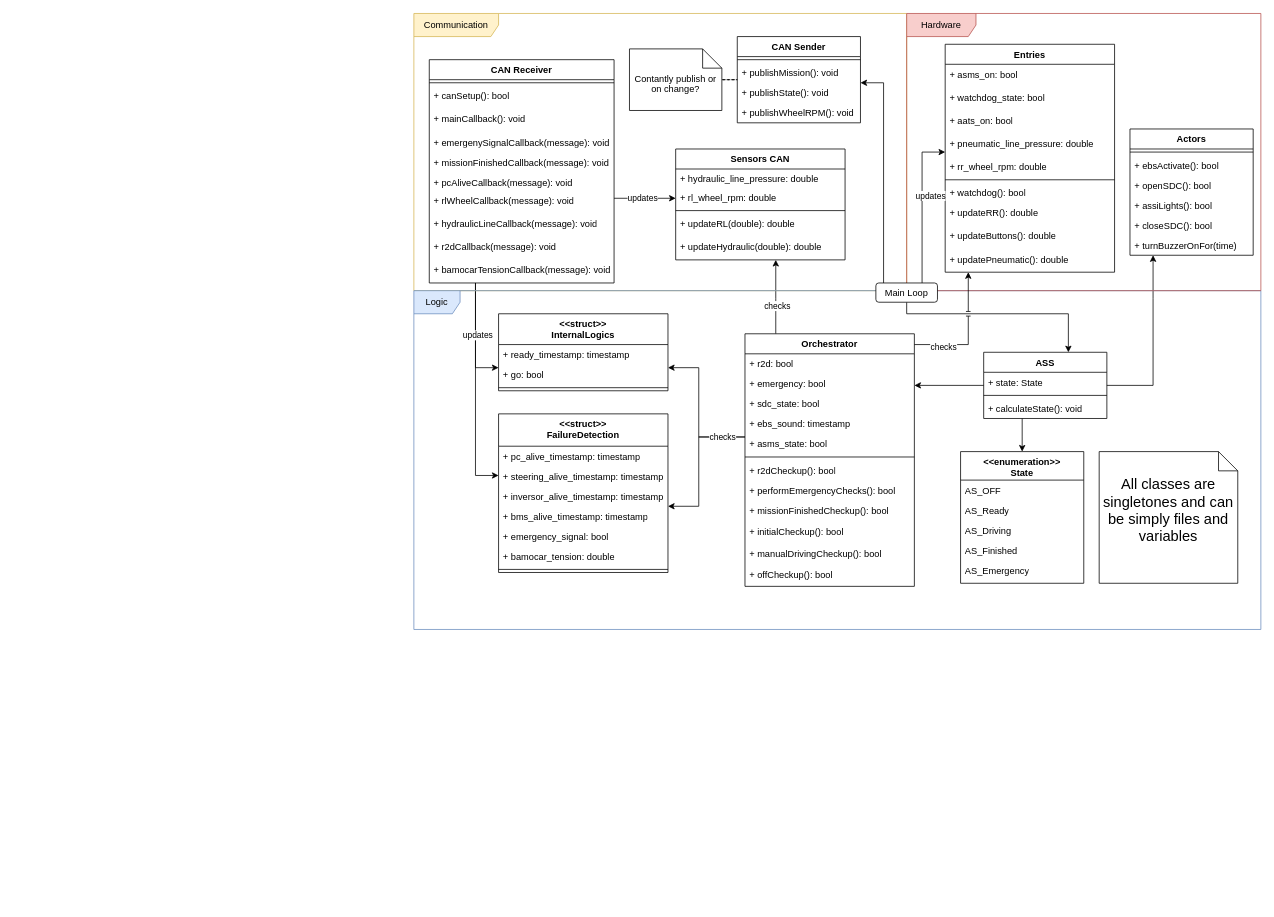
fs-feup/el-sw keeps this draw.io diagram as docs/diagrams/Master/master-class-diagram.drawio. Above is the earlier version. Source tidied: cells renumbered, new cells numbered last; positions are measured from the earlier drawing's top-left corner, leaving out a move shared by most shapes. Both pictures are drawn from the tidied source at 77%, with x=0, y=0 at pixel (413, 13).
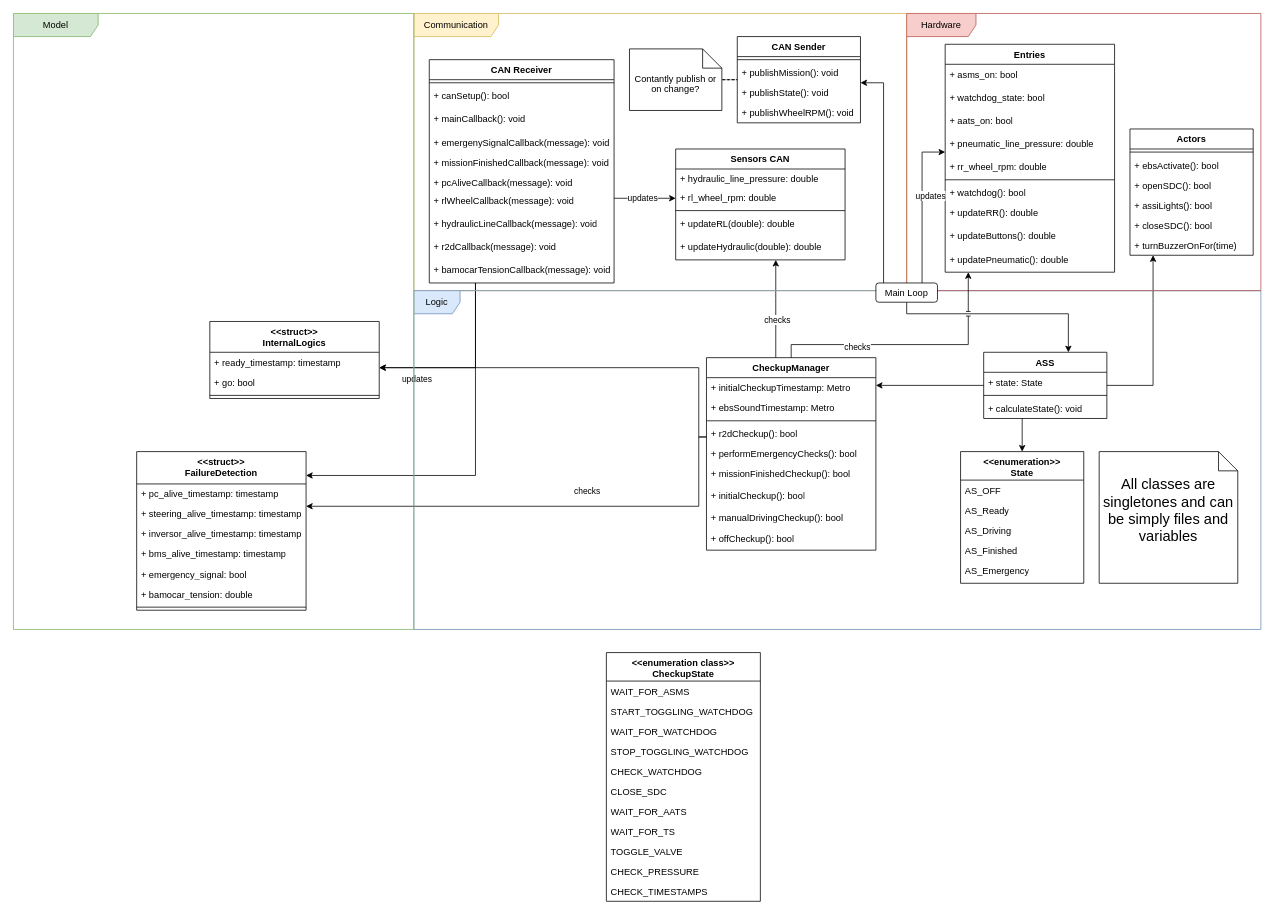
Above is the later version.

Diff of the diagram source:
```diff
@@
-    <mxCell id="35" value="Orchestrator" style="swimlane;fontStyle=1;align=center;verticalAlign=top;horizontal=1;startSize=26;whiteSpace=wrap;html=1;" parent="1" vertex="1">
-      <mxGeometry x="430" y="416" width="220" height="328" as="geometry" />
+    <mxCell id="35" value="CheckupManager" style="swimlane;fontStyle=1;align=center;verticalAlign=top;horizontal=1;startSize=26;whiteSpace=wrap;html=1;" parent="1" vertex="1">
+      <mxGeometry x="380" y="447" width="220" height="250" as="geometry" />
     </mxCell>
-    <mxCell id="36" value="+ r2d: bool" style="text;strokeColor=none;fillColor=none;align=left;verticalAlign=top;spacingLeft=4;spacingRight=4;overflow=hidden;whiteSpace=wrap;html=1;" parent="35" vertex="1">
+    <mxCell id="36" value="+ initialCheckupTimestamp: Metro" style="text;strokeColor=none;fillColor=none;align=left;verticalAlign=top;spacingLeft=4;spacingRight=4;overflow=hidden;whiteSpace=wrap;html=1;" parent="35" vertex="1">
       <mxGeometry y="26" width="220" height="26" as="geometry" />
     </mxCell>
-    <mxCell id="37" value="+ emergency: bool" style="text;strokeColor=none;fillColor=none;align=left;verticalAlign=top;spacingLeft=4;spacingRight=4;overflow=hidden;whiteSpace=wrap;html=1;" parent="35" vertex="1">
-      <mxGeometry y="52" width="220" height="26" as="geometry" />
-    </mxCell>
-    <mxCell id="38" value="+ sdc_state: bool" style="text;strokeColor=none;fillColor=none;align=left;verticalAlign=top;spacingLeft=4;spacingRight=4;overflow=hidden;whiteSpace=wrap;html=1;" parent="35" vertex="1">
-      <mxGeometry y="78" width="220" height="26" as="geometry" />
-    </mxCell>
-    <mxCell id="39" value="+ ebs_sound: timestamp" style="text;strokeColor=none;fillColor=none;align=left;verticalAlign=top;spacingLeft=4;spacingRight=4;overflow=hidden;whiteSpace=wrap;html=1;" parent="35" vertex="1">
-      <mxGeometry y="104" width="220" height="26" as="geometry" />
+    <mxCell id="39" value="+ ebsSoundTimestamp: Metro" style="text;strokeColor=none;fillColor=none;align=left;verticalAlign=top;spacingLeft=4;spacingRight=4;overflow=hidden;whiteSpace=wrap;html=1;" parent="35" vertex="1">
+      <mxGeometry y="52" width="220" height="26" as="geometry" />
     </mxCell>
-    <mxCell id="40" value="+ asms_state: bool" style="text;strokeColor=none;fillColor=none;align=left;verticalAlign=top;spacingLeft=4;spacingRight=4;overflow=hidden;whiteSpace=wrap;html=1;" parent="35" vertex="1">
-      <mxGeometry y="130" width="220" height="26" as="geometry" />
-    </mxCell>
     <mxCell id="41" style="line;strokeWidth=1;fillColor=none;align=left;verticalAlign=middle;spacingTop=-1;spacingLeft=3;spacingRight=3;labelPosition=right;strokeColor=inherit;" parent="35" vertex="1">
-      <mxGeometry y="156" width="220" height="8" as="geometry" />
+      <mxGeometry y="78" width="220" height="8" as="geometry" />
     </mxCell>
     <mxCell id="42" value="+ r2dCheckup(): bool" style="text;strokeColor=none;fillColor=none;align=left;verticalAlign=top;spacingLeft=4;spacingRight=4;overflow=hidden;whiteSpace=wrap;html=1;" parent="35" vertex="1">
-      <mxGeometry y="164" width="220" height="26" as="geometry" />
+      <mxGeometry y="86" width="220" height="26" as="geometry" />
     </mxCell>
     <mxCell id="43" value="+ performEmergencyChecks(): bool" style="text;strokeColor=none;fillColor=none;align=left;verticalAlign=top;spacingLeft=4;spacingRight=4;overflow=hidden;whiteSpace=wrap;html=1;" parent="35" vertex="1">
-      <mxGeometry y="190" width="220" height="26" as="geometry" />
+      <mxGeometry y="112" width="220" height="26" as="geometry" />
     </mxCell>
     <mxCell id="44" value="+ missionFinishedCheckup(): bool" style="text;strokeColor=none;fillColor=none;align=left;verticalAlign=top;spacingLeft=4;spacingRight=4;overflow=hidden;whiteSpace=wrap;html=1;" parent="35" vertex="1">
-      <mxGeometry y="216" width="220" height="28" as="geometry" />
+      <mxGeometry y="138" width="220" height="28" as="geometry" />
     </mxCell>
     <mxCell id="45" value="+ initialCheckup(): bool" style="text;strokeColor=none;fillColor=none;align=left;verticalAlign=top;spacingLeft=4;spacingRight=4;overflow=hidden;whiteSpace=wrap;html=1;" parent="35" vertex="1">
-      <mxGeometry y="244" width="220" height="28" as="geometry" />
+      <mxGeometry y="166" width="220" height="28" as="geometry" />
     </mxCell>
     <mxCell id="46" value="+ manualDrivingCheckup(): bool" style="text;strokeColor=none;fillColor=none;align=left;verticalAlign=top;spacingLeft=4;spacingRight=4;overflow=hidden;whiteSpace=wrap;html=1;" parent="35" vertex="1">
-      <mxGeometry y="272" width="220" height="28" as="geometry" />
+      <mxGeometry y="194" width="220" height="28" as="geometry" />
     </mxCell>
     <mxCell id="47" value="+ offCheckup(): bool" style="text;strokeColor=none;fillColor=none;align=left;verticalAlign=top;spacingLeft=4;spacingRight=4;overflow=hidden;whiteSpace=wrap;html=1;" parent="35" vertex="1">
-      <mxGeometry y="300" width="220" height="28" as="geometry" />
+      <mxGeometry y="222" width="220" height="28" as="geometry" />
     </mxCell>
@@
     <mxCell id="81" value="&amp;lt;&amp;lt;struct&amp;gt;&amp;gt;&lt;br&gt;FailureDetection" style="swimlane;fontStyle=1;align=center;verticalAlign=top;horizontal=1;startSize=42;whiteSpace=wrap;html=1;" parent="1" vertex="1">
-      <mxGeometry x="110" y="520" width="220" height="206" as="geometry" />
+      <mxGeometry x="-360" y="569" width="220" height="206" as="geometry" />
     </mxCell>
@@
     <mxCell id="89" value="&lt;div&gt;&amp;lt;&amp;lt;struct&amp;gt;&amp;gt;&lt;/div&gt;InternalLogics" style="swimlane;fontStyle=1;align=center;verticalAlign=top;horizontal=1;startSize=40;whiteSpace=wrap;html=1;" parent="1" vertex="1">
-      <mxGeometry x="110" y="390" width="220" height="100" as="geometry" />
+      <mxGeometry x="-265" y="400" width="220" height="100" as="geometry" />
     </mxCell>
@@
+    <mxCell id="103" value="Model" style="shape=umlFrame;whiteSpace=wrap;html=1;width=110;height=30;fillColor=#d5e8d4;strokeColor=#82b366;" parent="1" vertex="1">
+      <mxGeometry x="-520" width="520" height="800" as="geometry" />
+    </mxCell>
+    <mxCell id="104" value="&amp;lt;&amp;lt;enumeration class&amp;gt;&amp;gt;&lt;br&gt;CheckupState" style="swimlane;fontStyle=1;align=center;verticalAlign=top;horizontal=1;startSize=37;whiteSpace=wrap;html=1;" parent="1" vertex="1">
+      <mxGeometry x="250" y="830" width="200" height="323" as="geometry" />
+    </mxCell>
+    <mxCell id="105" value="WAIT_FOR_ASMS" style="text;strokeColor=none;fillColor=none;align=left;verticalAlign=top;spacingLeft=4;spacingRight=4;overflow=hidden;whiteSpace=wrap;html=1;" parent="104" vertex="1">
+      <mxGeometry y="37" width="200" height="26" as="geometry" />
+    </mxCell>
+    <mxCell id="106" value="START_TOGGLING_WATCHDOG" style="text;strokeColor=none;fillColor=none;align=left;verticalAlign=top;spacingLeft=4;spacingRight=4;overflow=hidden;whiteSpace=wrap;html=1;" parent="104" vertex="1">
+      <mxGeometry y="63" width="200" height="26" as="geometry" />
+    </mxCell>
+    <mxCell id="107" value="WAIT_FOR_WATCHDOG" style="text;strokeColor=none;fillColor=none;align=left;verticalAlign=top;spacingLeft=4;spacingRight=4;overflow=hidden;whiteSpace=wrap;html=1;" parent="104" vertex="1">
+      <mxGeometry y="89" width="200" height="26" as="geometry" />
+    </mxCell>
+    <mxCell id="108" value="STOP_TOGGLING_WATCHDOG" style="text;strokeColor=none;fillColor=none;align=left;verticalAlign=top;spacingLeft=4;spacingRight=4;overflow=hidden;whiteSpace=wrap;html=1;" parent="104" vertex="1">
+      <mxGeometry y="115" width="200" height="26" as="geometry" />
+    </mxCell>
+    <mxCell id="109" value="CHECK_WATCHDOG" style="text;strokeColor=none;fillColor=none;align=left;verticalAlign=top;spacingLeft=4;spacingRight=4;overflow=hidden;whiteSpace=wrap;html=1;" parent="104" vertex="1">
+      <mxGeometry y="141" width="200" height="26" as="geometry" />
+    </mxCell>
+    <mxCell id="110" value="CLOSE_SDC" style="text;strokeColor=none;fillColor=none;align=left;verticalAlign=top;spacingLeft=4;spacingRight=4;overflow=hidden;whiteSpace=wrap;html=1;" parent="104" vertex="1">
+      <mxGeometry y="167" width="200" height="26" as="geometry" />
+    </mxCell>
+    <mxCell id="111" value="WAIT_FOR_AATS" style="text;strokeColor=none;fillColor=none;align=left;verticalAlign=top;spacingLeft=4;spacingRight=4;overflow=hidden;whiteSpace=wrap;html=1;" parent="104" vertex="1">
+      <mxGeometry y="193" width="200" height="26" as="geometry" />
+    </mxCell>
+    <mxCell id="112" value="WAIT_FOR_TS" style="text;strokeColor=none;fillColor=none;align=left;verticalAlign=top;spacingLeft=4;spacingRight=4;overflow=hidden;whiteSpace=wrap;html=1;" parent="104" vertex="1">
+      <mxGeometry y="219" width="200" height="26" as="geometry" />
+    </mxCell>
+    <mxCell id="113" value="TOGGLE_VALVE" style="text;strokeColor=none;fillColor=none;align=left;verticalAlign=top;spacingLeft=4;spacingRight=4;overflow=hidden;whiteSpace=wrap;html=1;" parent="104" vertex="1">
+      <mxGeometry y="245" width="200" height="26" as="geometry" />
+    </mxCell>
+    <mxCell id="114" value="CHECK_PRESSURE" style="text;strokeColor=none;fillColor=none;align=left;verticalAlign=top;spacingLeft=4;spacingRight=4;overflow=hidden;whiteSpace=wrap;html=1;" parent="104" vertex="1">
+      <mxGeometry y="271" width="200" height="26" as="geometry" />
+    </mxCell>
+    <mxCell id="115" value="CHECK_TIMESTAMPS" style="text;strokeColor=none;fillColor=none;align=left;verticalAlign=top;spacingLeft=4;spacingRight=4;overflow=hidden;whiteSpace=wrap;html=1;" parent="104" vertex="1">
+      <mxGeometry y="297" width="200" height="26" as="geometry" />
+    </mxCell>
```
